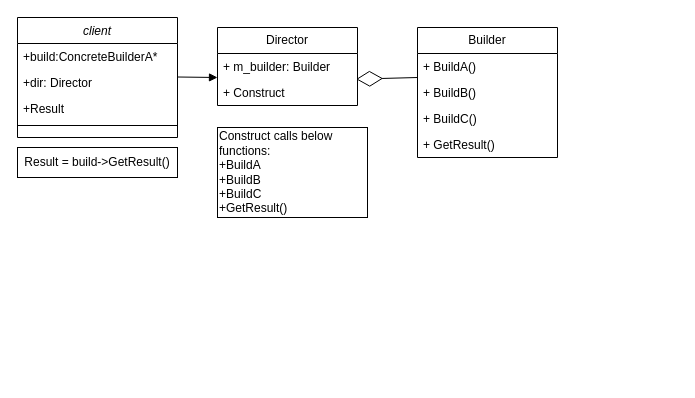
Before: Untitled Diagram.drawio in shidlingayya/DesignPatterns, a draw.io diagram. Source tidied: cells renumbered, new cells numbered last; positions are measured from the earlier drawing's top-left corner, leaving out a move shared by most shapes. Both pictures are drawn from the tidied source at 100%, with x=0, y=0 at pixel (17, 17).
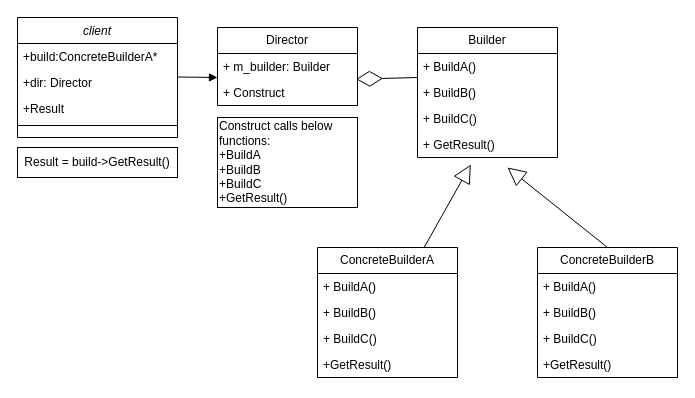
After the change.

The change refers to these unchanged cells:
```xml
<mxCell id="17" value="+ GetResult()" style="text;strokeColor=none;fillColor=none;align=left;verticalAlign=top;spacingLeft=4;spacingRight=4;overflow=hidden;points=[[0,0.5],[1,0.5]];portConstraint=eastwest;whiteSpace=wrap;html=1;" parent="12" vertex="1">
  <mxGeometry y="104" width="140" height="26" as="geometry" />
</mxCell>
```

Diff of the diagram source:
```diff
@@
     <mxCell id="18" value="Construct calls below functions:&lt;br&gt;+BuildA&lt;br&gt;+BuildB&lt;br&gt;+BuildC&lt;br&gt;+GetResult()" style="html=1;whiteSpace=wrap;align=left;" parent="1" vertex="1">
-      <mxGeometry x="200" y="110" width="150" height="90" as="geometry" />
+      <mxGeometry x="200" y="100" width="140" height="90" as="geometry" />
     </mxCell>
+    <mxCell id="19" value="ConcreteBuilderA" style="swimlane;fontStyle=0;horizontal=1;startSize=26;fillColor=none;whiteSpace=wrap;html=1;" parent="1" vertex="1">
+      <mxGeometry x="300" y="230" width="140" height="130" as="geometry" />
+    </mxCell>
+    <mxCell id="20" value="+ BuildA()" style="text;strokeColor=none;fillColor=none;align=left;verticalAlign=top;spacingLeft=4;spacingRight=4;overflow=hidden;whiteSpace=wrap;html=1;" parent="19" vertex="1">
+      <mxGeometry y="26" width="140" height="26" as="geometry" />
+    </mxCell>
+    <mxCell id="21" value="+ BuildB()" style="text;strokeColor=none;fillColor=none;align=left;verticalAlign=top;spacingLeft=4;spacingRight=4;overflow=hidden;whiteSpace=wrap;html=1;" parent="19" vertex="1">
+      <mxGeometry y="52" width="140" height="26" as="geometry" />
+    </mxCell>
+    <mxCell id="22" value="+ BuildC()&lt;span style=&quot;white-space: pre;&quot;&gt;&#9;&lt;/span&gt;" style="text;strokeColor=none;fillColor=none;align=left;verticalAlign=top;spacingLeft=4;spacingRight=4;overflow=hidden;whiteSpace=wrap;html=1;" parent="19" vertex="1">
+      <mxGeometry y="78" width="140" height="26" as="geometry" />
+    </mxCell>
+    <mxCell id="23" value="+GetResult()" style="text;strokeColor=none;fillColor=none;align=left;verticalAlign=top;spacingLeft=4;spacingRight=4;overflow=hidden;whiteSpace=wrap;html=1;" parent="19" vertex="1">
+      <mxGeometry y="104" width="140" height="26" as="geometry" />
+    </mxCell>
+    <mxCell id="24" value="ConcreteBuilderB" style="swimlane;fontStyle=0;horizontal=1;startSize=26;fillColor=none;whiteSpace=wrap;html=1;" parent="1" vertex="1">
+      <mxGeometry x="520" y="230" width="140" height="130" as="geometry" />
+    </mxCell>
+    <mxCell id="25" value="+ BuildA()" style="text;strokeColor=none;fillColor=none;align=left;verticalAlign=top;spacingLeft=4;spacingRight=4;overflow=hidden;whiteSpace=wrap;html=1;" parent="24" vertex="1">
+      <mxGeometry y="26" width="140" height="26" as="geometry" />
+    </mxCell>
+    <mxCell id="26" value="+ BuildB()" style="text;strokeColor=none;fillColor=none;align=left;verticalAlign=top;spacingLeft=4;spacingRight=4;overflow=hidden;whiteSpace=wrap;html=1;" parent="24" vertex="1">
+      <mxGeometry y="52" width="140" height="26" as="geometry" />
+    </mxCell>
+    <mxCell id="27" value="+ BuildC()&lt;span style=&quot;white-space: pre;&quot;&gt;&#9;&lt;/span&gt;" style="text;strokeColor=none;fillColor=none;align=left;verticalAlign=top;spacingLeft=4;spacingRight=4;overflow=hidden;whiteSpace=wrap;html=1;" parent="24" vertex="1">
+      <mxGeometry y="78" width="140" height="26" as="geometry" />
+    </mxCell>
+    <mxCell id="28" value="+GetResult()" style="text;strokeColor=none;fillColor=none;align=left;verticalAlign=top;spacingLeft=4;spacingRight=4;overflow=hidden;whiteSpace=wrap;html=1;" parent="24" vertex="1">
+      <mxGeometry y="104" width="140" height="26" as="geometry" />
+    </mxCell>
+    <mxCell id="29" style="endArrow=block;endSize=16;endFill=0;html=1;rounded=0;entryX=0.381;entryY=1.269;entryDx=0;entryDy=0;entryPerimeter=0;" parent="1" edge="1" source="19" target="17">
+      <mxGeometry relative="1" as="geometry" />
+    </mxCell>
+    <mxCell id="30" style="endArrow=block;endSize=16;endFill=0;html=1;rounded=0;exitX=0.5;exitY=0;exitDx=0;exitDy=0;" parent="1" edge="1" source="24">
+      <mxGeometry relative="1" as="geometry">
+        <mxPoint x="490" y="150" as="targetPoint" />
+      </mxGeometry>
+    </mxCell>
```
